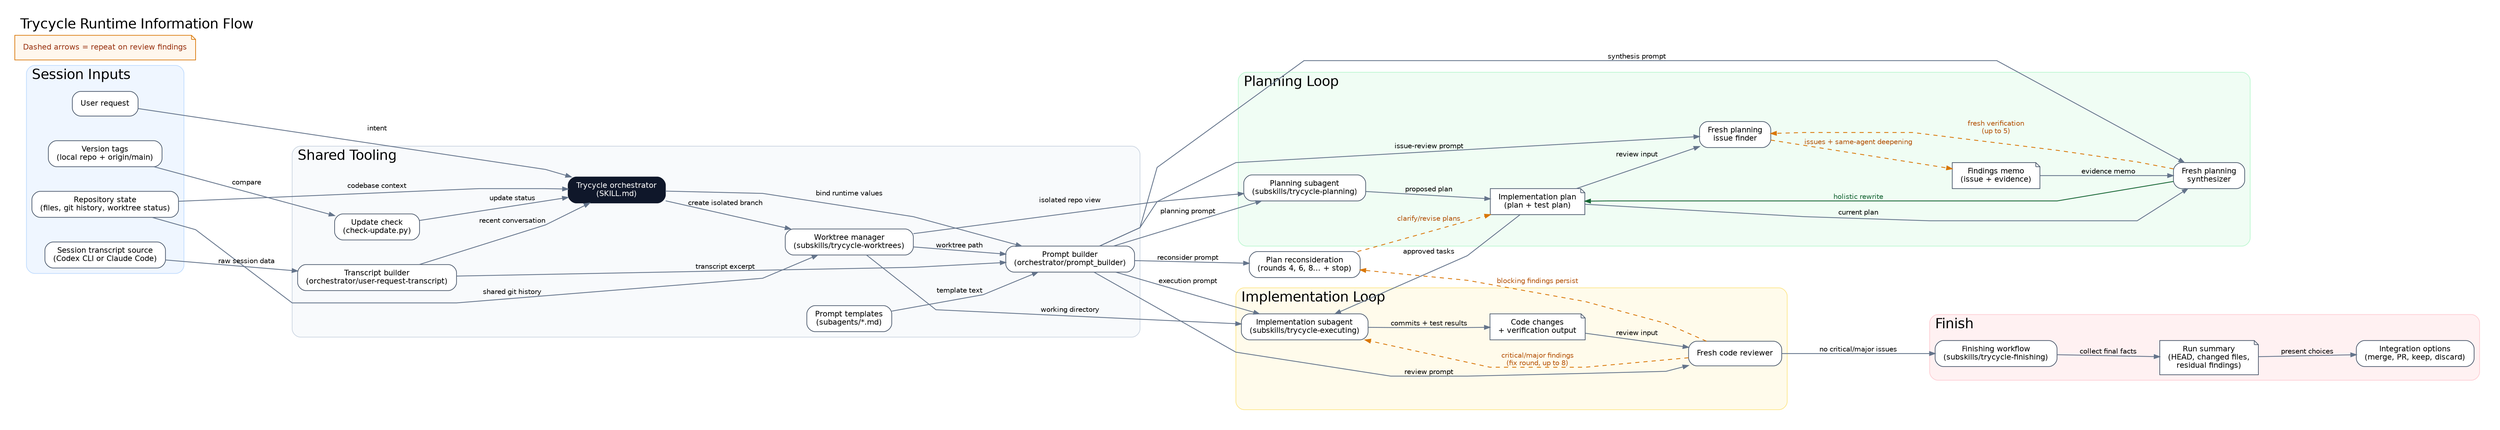
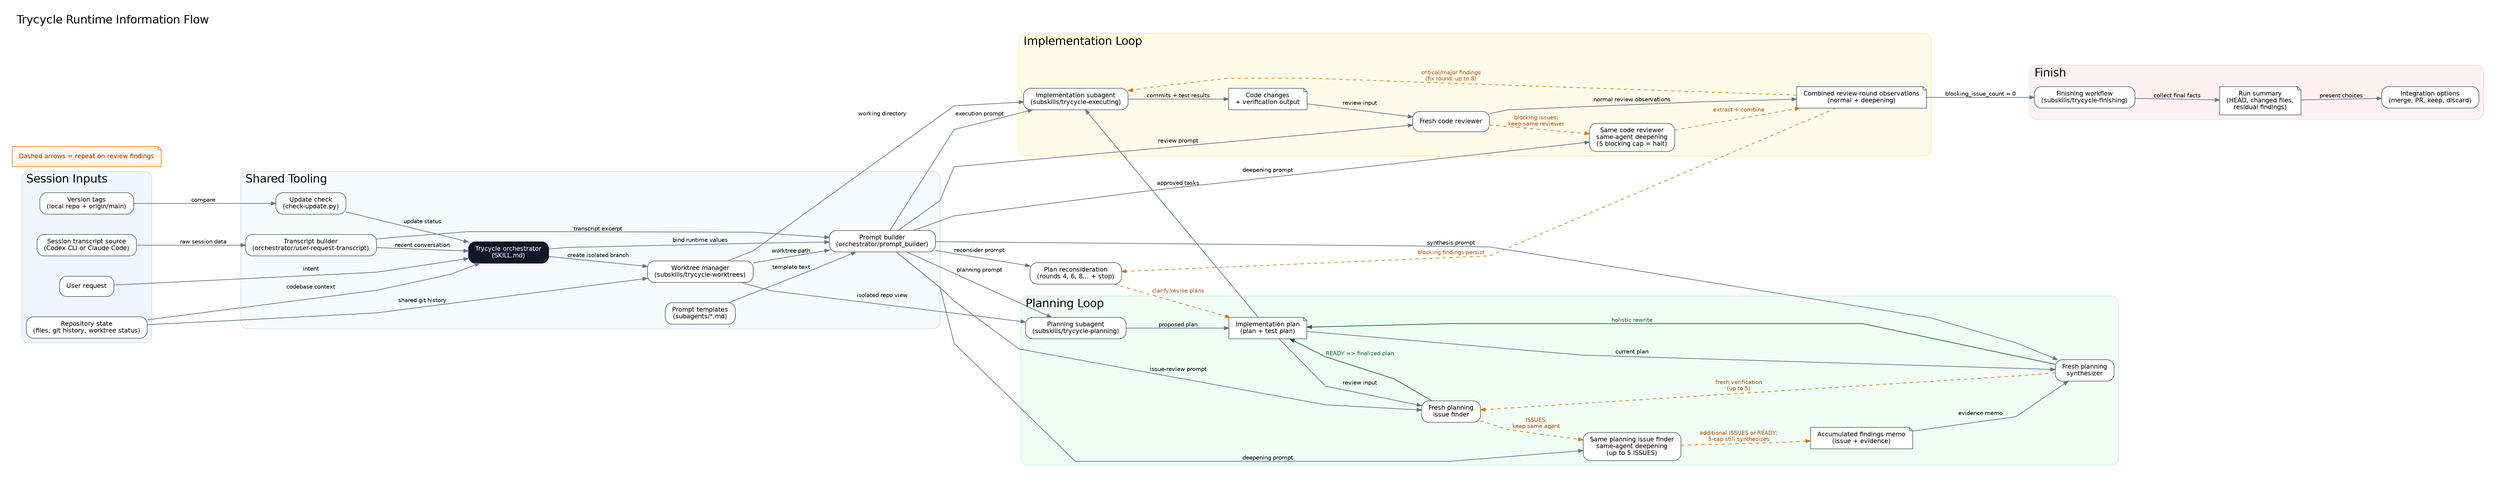
digraph trycycle_information_flow {
  graph [
    label="Trycycle Runtime Information Flow",
    labelloc=t,
    labeljust=l,
    rankdir=LR,
    splines=polyline,
    pad=0.3,
    nodesep=0.5,
    ranksep=0.9,
    bgcolor="white",
    fontname="Helvetica",
    fontsize=20
  ];

  node [
    shape=box,
    style="rounded,filled",
    fontname="Helvetica",
    fontsize=11,
    color="#475569",
    fillcolor="white",
    margin="0.16,0.10"
  ];

  edge [
    fontname="Helvetica",
    fontsize=10,
    color="#64748b",
    arrowsize=0.8,
    penwidth=1.2
  ];

  subgraph cluster_session {
    label="Session Inputs";
    color="#bfdbfe";
    fillcolor="#eff6ff";
    style="rounded,filled";

    user_request [label="User request"];
    repo_state [label="Repository state\n(files, git history, worktree status)"];
    transcript_source [label="Session transcript source\n(Codex CLI or Claude Code)"];
    version_tags [label="Version tags\n(local repo + origin/main)"];
  }

  subgraph cluster_tooling {
    label="Shared Tooling";
    color="#cbd5e1";
    fillcolor="#f8fafc";
    style="rounded,filled";

    orchestrator [
      label="Trycycle orchestrator\n(SKILL.md)",
      fillcolor="#0f172a",
      fontcolor="white",
      color="#0f172a"
    ];
    check_update [label="Update check\n(check-update.py)"];
    transcript_builder [label="Transcript builder\n(orchestrator/user-request-transcript)"];
    prompt_templates [label="Prompt templates\n(subagents/*.md)"];
    prompt_builder [label="Prompt builder\n(orchestrator/prompt_builder)"];
    worktree_manager [label="Worktree manager\n(subskills/trycycle-worktrees)"];
  }

  subgraph cluster_planning {
    label="Planning Loop";
    color="#bbf7d0";
    fillcolor="#f0fdf4";
    style="rounded,filled";

    planner [label="Planning subagent\n(subskills/trycycle-planning)"];
    implementation_plan [
      label="Implementation plan\n(plan + test plan)",
      shape=note,
      fillcolor="#ffffff"
    ];
    plan_reviewer [label="Fresh planning\nissue finder"];
+     planning_deepening [
+       label="Same planning issue finder\nsame-agent deepening\n(up to 5 ISSUES)"
+     ];
    planning_findings [
-       label="Findings memo\n(issue + evidence)",
+       label="Accumulated findings memo\n(issue + evidence)",
      shape=note,
      fillcolor="#ffffff"
    ];
    plan_synthesizer [label="Fresh planning\nsynthesizer"];
  }

  subgraph cluster_execution {
    label="Implementation Loop";
    color="#fde68a";
    fillcolor="#fffbeb";
    style="rounded,filled";

    executor [label="Implementation subagent\n(subskills/trycycle-executing)"];
    code_artifacts [
      label="Code changes\n+ verification output",
      shape=note,
      fillcolor="#ffffff"
    ];
    post_review [label="Fresh code reviewer"];
+     post_review_deepening [
+       label="Same code reviewer\nsame-agent deepening\n(5 blocking cap = halt)"
+     ];
+     review_round_observations [
+       label="Combined review-round observations\n(normal + deepening)",
+       shape=note,
+       fillcolor="#ffffff"
+     ];
  }

  subgraph cluster_finish {
    label="Finish";
    color="#fecdd3";
    fillcolor="#fff1f2";
    style="rounded,filled";

    finisher [label="Finishing workflow\n(subskills/trycycle-finishing)"];
    run_summary [
      label="Run summary\n(HEAD, changed files,\nresidual findings)",
      shape=note,
      fillcolor="#ffffff"
    ];
    integration [label="Integration options\n(merge, PR, keep, discard)"];
  }

  loop_legend [
    label="Dashed arrows = repeat on review findings",
    shape=note,
    fillcolor="#fff7ed",
    color="#d97706",
    fontcolor="#9a3412"
  ];

  user_request -> orchestrator [label="intent"];
  repo_state -> orchestrator [label="codebase context"];
  version_tags -> check_update [label="compare"];
  check_update -> orchestrator [label="update status"];
  transcript_source -> transcript_builder [label="raw session data"];
  transcript_builder -> orchestrator [label="recent conversation"];

  orchestrator -> worktree_manager [label="create isolated branch"];
  repo_state -> worktree_manager [label="shared git history"];
  orchestrator -> prompt_builder [label="bind runtime values"];
  prompt_templates -> prompt_builder [label="template text"];
  transcript_builder -> prompt_builder [label="transcript excerpt"];
  worktree_manager -> prompt_builder [label="worktree path"];

  prompt_builder -> planner [label="planning prompt"];
  worktree_manager -> planner [label="isolated repo view"];
  planner -> implementation_plan [label="proposed plan"];
  implementation_plan -> plan_reviewer [label="review input"];
  prompt_builder -> plan_reviewer [label="issue-review prompt"];
-   plan_reviewer -> planning_findings [
-     label="issues + same-agent deepening",
-     style=dashed,
-     color="#d97706",
-     fontcolor="#b45309"
+   plan_reviewer -> planning_deepening [
+     label="ISSUES;\nkeep same agent",
+     style=dashed,
+     color="#d97706",
+     fontcolor="#b45309"
+   ];
+   prompt_builder -> planning_deepening [label="deepening prompt"];
+   planning_deepening -> planning_findings [
+     label="additional ISSUES or READY;\n5-cap still synthesizes",
+     style=dashed,
+     color="#d97706",
+     fontcolor="#b45309"
+   ];
+   plan_reviewer -> implementation_plan [
+     label="READY => finalized plan",
+     color="#166534",
+     fontcolor="#166534"
  ];
  planning_findings -> plan_synthesizer [label="evidence memo"];
  implementation_plan -> plan_synthesizer [label="current plan"];
  prompt_builder -> plan_synthesizer [label="synthesis prompt"];
  plan_synthesizer -> implementation_plan [
    label="holistic rewrite",
    color="#166534",
    fontcolor="#166534"
  ];
  plan_synthesizer -> plan_reviewer [
    label="fresh verification\n(up to 5)",
    style=dashed,
    color="#d97706",
    fontcolor="#b45309"
  ];

  implementation_plan -> executor [label="approved tasks"];
  prompt_builder -> executor [label="execution prompt"];
  worktree_manager -> executor [label="working directory"];
  executor -> code_artifacts [label="commits + test results"];
  code_artifacts -> post_review [label="review input"];
  prompt_builder -> post_review [label="review prompt"];
+   post_review -> post_review_deepening [
+     label="blocking issues;\nkeep same reviewer",
+     style=dashed,
+     color="#d97706",
+     fontcolor="#b45309"
+   ];
+   prompt_builder -> post_review_deepening [label="deepening prompt"];
+   post_review -> review_round_observations [
+     label="normal review observations"
+   ];
+   post_review_deepening -> review_round_observations [
+     label="extract + combine",
+     style=dashed,
+     color="#d97706",
+     fontcolor="#b45309"
+   ];
  plan_reconsider [
    label="Plan reconsideration\n(rounds 4, 6, 8... + stop)",
    fillcolor="#ffffff"
  ];
  prompt_builder -> plan_reconsider [label="reconsider prompt"];
-   post_review -> plan_reconsider [
+   review_round_observations -> plan_reconsider [
    label="blocking findings persist",
    style=dashed,
    color="#d97706",
    fontcolor="#b45309"
  ];
  plan_reconsider -> implementation_plan [
    label="clarify/revise plans",
    style=dashed,
    color="#d97706",
    fontcolor="#b45309"
  ];
-   post_review -> executor [
+   review_round_observations -> executor [
    label="critical/major findings\n(fix round, up to 8)",
    style=dashed,
    color="#d97706",
    fontcolor="#b45309"
  ];

-   post_review -> finisher [label="no critical/major issues"];
+   review_round_observations -> finisher [label="blocking_issue_count = 0"];
  finisher -> run_summary [label="collect final facts"];
  run_summary -> integration [label="present choices"];
}
